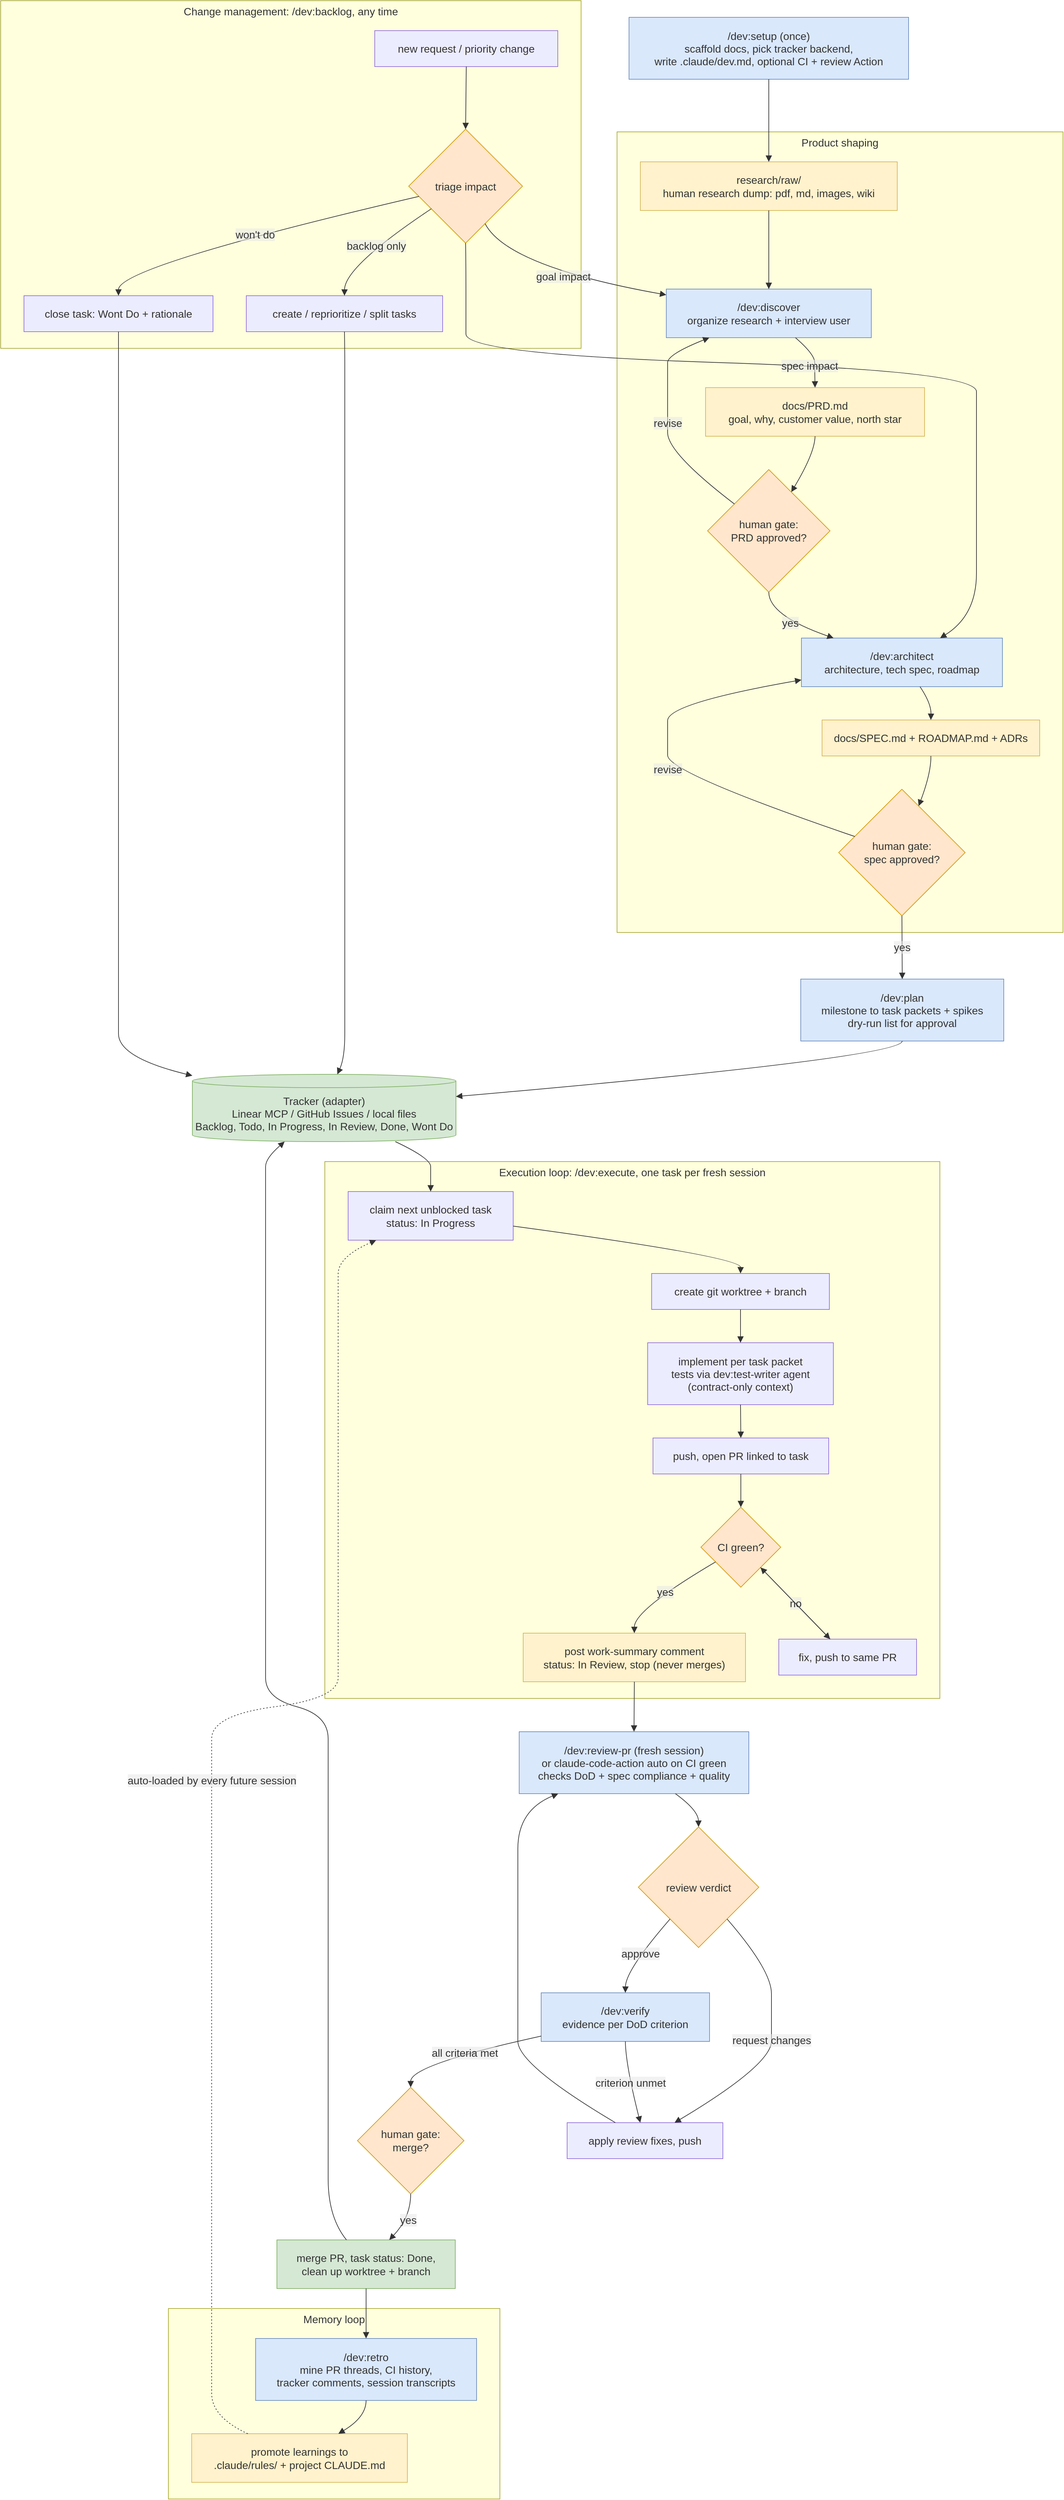
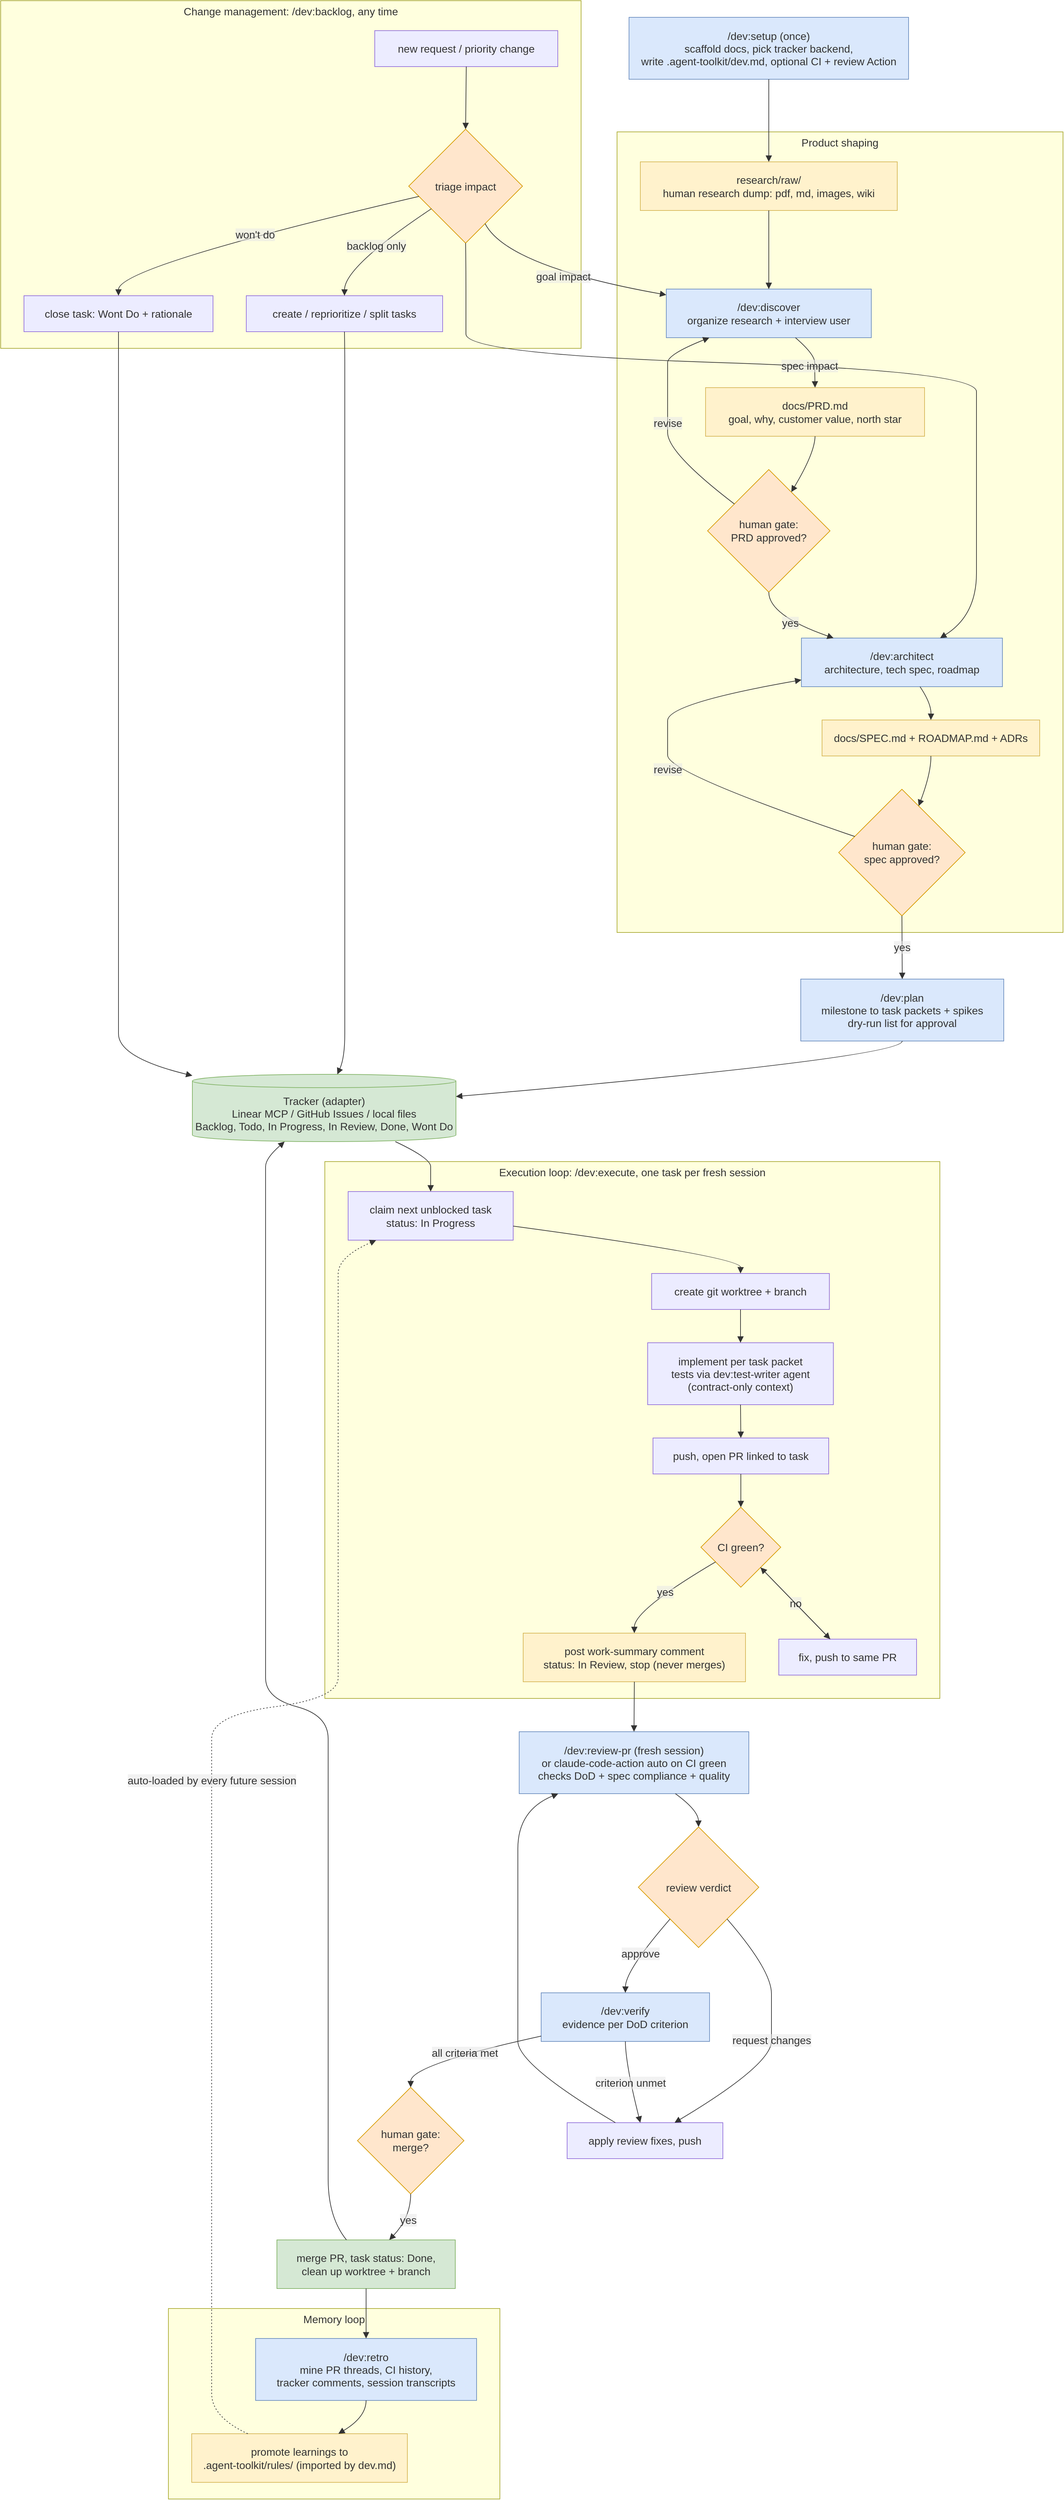
<mxfile host="Electron">
  <diagram id="PxvisPLfKMNXKDh-RXHV" name="pageWithNumber">
    <mxGraphModel dx="-902" dy="-1065" grid="0" gridSize="10" guides="1" tooltips="1" connect="1" arrows="1" fold="0" page="0" pageScale="1" pageWidth="850" pageHeight="1100" math="0" shadow="0">
      <root>
        <mxCell id="0" />
        <mxCell id="1" parent="0" />
        <UserObject label="Product shaping" mermaidId="n:shape" mermaidBaseStyle="html=1;whiteSpace=wrap;strokeWidth=1;verticalAlign=top;fillColor=light-dark(#ffffde,#1f2020);strokeColor=light-dark(#aaaa33,#cccccc);fontColor=light-dark(#333333,#cccccc);fontFamily=Trebuchet MS,Verdana,Arial,sans-serif;fontSize=16;" mermaidBaseValue="Product shaping" id="2">
          <mxCell parent="1" style="html=1;whiteSpace=wrap;strokeWidth=1;verticalAlign=top;fillColor=light-dark(#ffffde,#1f2020);strokeColor=light-dark(#aaaa33,#cccccc);fontColor=light-dark(#333333,#cccccc);fontFamily=Trebuchet MS,Verdana,Arial,sans-serif;fontSize=16;" vertex="1">
            <mxGeometry height="1202" width="670" x="934" y="205" as="geometry" />
          </mxCell>
        </UserObject>
        <UserObject label="research/raw/&#xa;human research dump: pdf, md, images, wiki" mermaidId="n:RAW" mermaidBaseStyle="html=1;whiteSpace=wrap;strokeWidth=1;fillColor=#fff2cc;strokeColor=#d6b656;fontColor=light-dark(#333333,#cccccc);fontFamily=Trebuchet MS,Verdana,Arial,sans-serif;fontSize=16;" mermaidBaseValue="research/raw/&#xa;human research dump: pdf, md, images, wiki" id="3">
          <mxCell parent="2" style="html=1;whiteSpace=wrap;strokeWidth=1;fillColor=#fff2cc;strokeColor=#d6b656;fontColor=light-dark(#333333,#cccccc);fontFamily=Trebuchet MS,Verdana,Arial,sans-serif;fontSize=16;" vertex="1">
            <mxGeometry height="73" width="386" x="35" y="45" as="geometry" />
          </mxCell>
        </UserObject>
        <UserObject label="/dev:discover&#xa;organize research + interview user" mermaidId="n:DISCOVER" mermaidBaseStyle="html=1;whiteSpace=wrap;strokeWidth=1;fillColor=#dae8fc;strokeColor=#6c8ebf;fontColor=light-dark(#333333,#cccccc);fontFamily=Trebuchet MS,Verdana,Arial,sans-serif;fontSize=16;" mermaidBaseValue="/dev:discover&#xa;organize research + interview user" id="4">
          <mxCell parent="2" style="html=1;whiteSpace=wrap;strokeWidth=1;fillColor=#dae8fc;strokeColor=#6c8ebf;fontColor=light-dark(#333333,#cccccc);fontFamily=Trebuchet MS,Verdana,Arial,sans-serif;fontSize=16;" vertex="1">
            <mxGeometry height="73" width="308" x="74" y="236" as="geometry" />
          </mxCell>
        </UserObject>
        <UserObject label="docs/PRD.md&#xa;goal, why, customer value, north star" mermaidId="n:PRD" mermaidBaseStyle="html=1;whiteSpace=wrap;strokeWidth=1;fillColor=#fff2cc;strokeColor=#d6b656;fontColor=light-dark(#333333,#cccccc);fontFamily=Trebuchet MS,Verdana,Arial,sans-serif;fontSize=16;" mermaidBaseValue="docs/PRD.md&#xa;goal, why, customer value, north star" id="5">
          <mxCell parent="2" style="html=1;whiteSpace=wrap;strokeWidth=1;fillColor=#fff2cc;strokeColor=#d6b656;fontColor=light-dark(#333333,#cccccc);fontFamily=Trebuchet MS,Verdana,Arial,sans-serif;fontSize=16;" vertex="1">
            <mxGeometry height="73" width="329" x="133" y="384" as="geometry" />
          </mxCell>
        </UserObject>
        <UserObject label="human gate:&#xa;PRD approved?" mermaidId="n:GATE1" mermaidBaseStyle="rhombus;html=1;strokeWidth=1;whiteSpace=wrap;fillColor=#ffe6cc;strokeColor=#d79b00;fontColor=light-dark(#333333,#cccccc);fontFamily=Trebuchet MS,Verdana,Arial,sans-serif;fontSize=16;" mermaidBaseValue="human gate:&#xa;PRD approved?" id="6">
          <mxCell parent="2" style="rhombus;html=1;strokeWidth=1;whiteSpace=wrap;fillColor=#ffe6cc;strokeColor=#d79b00;fontColor=light-dark(#333333,#cccccc);fontFamily=Trebuchet MS,Verdana,Arial,sans-serif;fontSize=16;" vertex="1">
            <mxGeometry height="184" width="184" x="136" y="507" as="geometry" />
          </mxCell>
        </UserObject>
        <UserObject label="/dev:architect&#xa;architecture, tech spec, roadmap" mermaidId="n:ARCH" mermaidBaseStyle="html=1;whiteSpace=wrap;strokeWidth=1;fillColor=#dae8fc;strokeColor=#6c8ebf;fontColor=light-dark(#333333,#cccccc);fontFamily=Trebuchet MS,Verdana,Arial,sans-serif;fontSize=16;" mermaidBaseValue="/dev:architect&#xa;architecture, tech spec, roadmap" id="7">
          <mxCell parent="2" style="html=1;whiteSpace=wrap;strokeWidth=1;fillColor=#dae8fc;strokeColor=#6c8ebf;fontColor=light-dark(#333333,#cccccc);fontFamily=Trebuchet MS,Verdana,Arial,sans-serif;fontSize=16;" vertex="1">
            <mxGeometry height="73" width="302" x="277" y="760" as="geometry" />
          </mxCell>
        </UserObject>
        <UserObject label="docs/SPEC.md + ROADMAP.md + ADRs" mermaidId="n:SPEC" mermaidBaseStyle="html=1;whiteSpace=wrap;strokeWidth=1;fillColor=#fff2cc;strokeColor=#d6b656;fontColor=light-dark(#333333,#cccccc);fontFamily=Trebuchet MS,Verdana,Arial,sans-serif;fontSize=16;" mermaidBaseValue="docs/SPEC.md + ROADMAP.md + ADRs" id="8">
          <mxCell parent="2" style="html=1;whiteSpace=wrap;strokeWidth=1;fillColor=#fff2cc;strokeColor=#d6b656;fontColor=light-dark(#333333,#cccccc);fontFamily=Trebuchet MS,Verdana,Arial,sans-serif;fontSize=16;" vertex="1">
            <mxGeometry height="54" width="327" x="308" y="883" as="geometry" />
          </mxCell>
        </UserObject>
        <UserObject label="human gate:&#xa;spec approved?" mermaidId="n:GATE2" mermaidBaseStyle="rhombus;html=1;strokeWidth=1;whiteSpace=wrap;fillColor=#ffe6cc;strokeColor=#d79b00;fontColor=light-dark(#333333,#cccccc);fontFamily=Trebuchet MS,Verdana,Arial,sans-serif;fontSize=16;" mermaidBaseValue="human gate:&#xa;spec approved?" id="9">
          <mxCell parent="2" style="rhombus;html=1;strokeWidth=1;whiteSpace=wrap;fillColor=#ffe6cc;strokeColor=#d79b00;fontColor=light-dark(#333333,#cccccc);fontFamily=Trebuchet MS,Verdana,Arial,sans-serif;fontSize=16;" vertex="1">
            <mxGeometry height="190" width="190" x="333" y="987" as="geometry" />
          </mxCell>
        </UserObject>
        <UserObject label="" mermaidId="e:RAW-&gt;DISCOVER#0" mermaidBaseStyle="curved=1;startArrow=none;endArrow=block;endSize=7;strokeColor=light-dark(#333333,#cccccc);exitX=0.5;exitY=1;entryX=0.5;entryY=0;" mermaidBaseValue="" id="54">
          <mxCell edge="1" parent="2" source="3" style="curved=1;startArrow=none;endArrow=block;endSize=7;strokeColor=light-dark(#333333,#cccccc);exitX=0.5;exitY=1;entryX=0.5;entryY=0;" target="4">
            <mxGeometry relative="1" as="geometry">
              <Array as="points" />
            </mxGeometry>
          </mxCell>
        </UserObject>
        <UserObject label="" mermaidId="e:DISCOVER-&gt;PRD#0" mermaidBaseStyle="curved=1;startArrow=none;endArrow=block;endSize=7;strokeColor=light-dark(#333333,#cccccc);exitX=0.63;exitY=1;entryX=0.5;entryY=0;" mermaidBaseValue="" id="55">
          <mxCell edge="1" parent="2" source="4" style="curved=1;startArrow=none;endArrow=block;endSize=7;strokeColor=light-dark(#333333,#cccccc);exitX=0.63;exitY=1;entryX=0.5;entryY=0;" target="5">
            <mxGeometry relative="1" as="geometry">
              <Array as="points">
                <mxPoint x="297" y="334" />
                <mxPoint x="297" y="359" />
              </Array>
            </mxGeometry>
          </mxCell>
        </UserObject>
        <UserObject label="" mermaidId="e:PRD-&gt;GATE1#0" mermaidBaseStyle="curved=1;startArrow=none;endArrow=block;endSize=7;strokeColor=light-dark(#333333,#cccccc);exitX=0.5;exitY=1;entryX=0.79;entryY=0;" mermaidBaseValue="" id="56">
          <mxCell edge="1" parent="2" source="5" style="curved=1;startArrow=none;endArrow=block;endSize=7;strokeColor=light-dark(#333333,#cccccc);exitX=0.5;exitY=1;entryX=0.79;entryY=0;" target="6">
            <mxGeometry relative="1" as="geometry">
              <Array as="points">
                <mxPoint x="297" y="482" />
              </Array>
            </mxGeometry>
          </mxCell>
        </UserObject>
        <UserObject label="revise" mermaidId="e:GATE1-&gt;DISCOVER#0" mermaidBaseStyle="curved=1;startArrow=none;endArrow=block;endSize=7;strokeColor=light-dark(#333333,#cccccc);html=1;fontSize=16;labelBackgroundColor=light-dark(#E8E8E88D,#2a2a2a8D);fontFamily=Trebuchet MS,Verdana,Arial,sans-serif;fontColor=light-dark(#333333,#cccccc);exitX=0;exitY=0.11;entryX=0.21;entryY=1;" mermaidBaseValue="revise" id="57">
          <mxCell edge="1" parent="2" source="6" style="curved=1;startArrow=none;endArrow=block;endSize=7;strokeColor=light-dark(#333333,#cccccc);html=1;fontSize=16;labelBackgroundColor=light-dark(#E8E8E88D,#2a2a2a8D);fontFamily=Trebuchet MS,Verdana,Arial,sans-serif;fontColor=light-dark(#333333,#cccccc);exitX=0;exitY=0.11;entryX=0.21;entryY=1;" target="4">
            <mxGeometry relative="1" as="geometry">
              <Array as="points">
                <mxPoint x="76" y="482" />
                <mxPoint x="76" y="421" />
                <mxPoint x="76" y="359" />
                <mxPoint x="76" y="334" />
              </Array>
            </mxGeometry>
          </mxCell>
        </UserObject>
        <UserObject label="yes" mermaidId="e:GATE1-&gt;ARCH#0" mermaidBaseStyle="curved=1;startArrow=none;endArrow=block;endSize=7;strokeColor=light-dark(#333333,#cccccc);html=1;fontSize=16;labelBackgroundColor=light-dark(#E8E8E88D,#2a2a2a8D);fontFamily=Trebuchet MS,Verdana,Arial,sans-serif;fontColor=light-dark(#333333,#cccccc);exitX=0.5;exitY=1;entryX=0.16;entryY=0;" mermaidBaseValue="yes" id="58">
          <mxCell edge="1" parent="2" source="6" style="curved=1;startArrow=none;endArrow=block;endSize=7;strokeColor=light-dark(#333333,#cccccc);html=1;fontSize=16;labelBackgroundColor=light-dark(#E8E8E88D,#2a2a2a8D);fontFamily=Trebuchet MS,Verdana,Arial,sans-serif;fontColor=light-dark(#333333,#cccccc);exitX=0.5;exitY=1;entryX=0.16;entryY=0;" target="7">
            <mxGeometry relative="1" as="geometry">
              <Array as="points">
                <mxPoint x="228" y="726" />
              </Array>
            </mxGeometry>
          </mxCell>
        </UserObject>
        <UserObject label="" mermaidId="e:ARCH-&gt;SPEC#0" mermaidBaseStyle="curved=1;startArrow=none;endArrow=block;endSize=7;strokeColor=light-dark(#333333,#cccccc);exitX=0.59;exitY=1;entryX=0.5;entryY=0;" mermaidBaseValue="" id="59">
          <mxCell edge="1" parent="2" source="7" style="curved=1;startArrow=none;endArrow=block;endSize=7;strokeColor=light-dark(#333333,#cccccc);exitX=0.59;exitY=1;entryX=0.5;entryY=0;" target="8">
            <mxGeometry relative="1" as="geometry">
              <Array as="points">
                <mxPoint x="472" y="858" />
              </Array>
            </mxGeometry>
          </mxCell>
        </UserObject>
        <UserObject label="" mermaidId="e:SPEC-&gt;GATE2#0" mermaidBaseStyle="curved=1;startArrow=none;endArrow=block;endSize=7;strokeColor=light-dark(#333333,#cccccc);exitX=0.5;exitY=1;entryX=0.68;entryY=0;" mermaidBaseValue="" id="60">
          <mxCell edge="1" parent="2" source="8" style="curved=1;startArrow=none;endArrow=block;endSize=7;strokeColor=light-dark(#333333,#cccccc);exitX=0.5;exitY=1;entryX=0.68;entryY=0;" target="9">
            <mxGeometry relative="1" as="geometry">
              <Array as="points">
                <mxPoint x="472" y="962" />
              </Array>
            </mxGeometry>
          </mxCell>
        </UserObject>
        <UserObject label="revise" mermaidId="e:GATE2-&gt;ARCH#0" mermaidBaseStyle="curved=1;startArrow=none;endArrow=block;endSize=7;strokeColor=light-dark(#333333,#cccccc);html=1;fontSize=16;labelBackgroundColor=light-dark(#E8E8E88D,#2a2a2a8D);fontFamily=Trebuchet MS,Verdana,Arial,sans-serif;fontColor=light-dark(#333333,#cccccc);exitX=0;exitY=0.33;entryX=0;entryY=0.86;" mermaidBaseValue="revise" id="61">
          <mxCell edge="1" parent="2" source="9" style="curved=1;startArrow=none;endArrow=block;endSize=7;strokeColor=light-dark(#333333,#cccccc);html=1;fontSize=16;labelBackgroundColor=light-dark(#E8E8E88D,#2a2a2a8D);fontFamily=Trebuchet MS,Verdana,Arial,sans-serif;fontColor=light-dark(#333333,#cccccc);exitX=0;exitY=0.33;entryX=0;entryY=0.86;" target="7">
            <mxGeometry relative="1" as="geometry">
              <Array as="points">
                <mxPoint x="76" y="962" />
                <mxPoint x="76" y="910" />
                <mxPoint x="76" y="858" />
              </Array>
            </mxGeometry>
          </mxCell>
        </UserObject>
        <UserObject label="Execution loop: /dev:execute, one task per fresh session" mermaidId="n:exec" mermaidBaseStyle="html=1;whiteSpace=wrap;strokeWidth=1;verticalAlign=top;fillColor=light-dark(#ffffde,#1f2020);strokeColor=light-dark(#aaaa33,#cccccc);fontColor=light-dark(#333333,#cccccc);fontFamily=Trebuchet MS,Verdana,Arial,sans-serif;fontSize=16;" mermaidBaseValue="Execution loop: /dev:execute, one task per fresh session" id="10">
          <mxCell parent="1" style="html=1;whiteSpace=wrap;strokeWidth=1;verticalAlign=top;fillColor=light-dark(#ffffde,#1f2020);strokeColor=light-dark(#aaaa33,#cccccc);fontColor=light-dark(#333333,#cccccc);fontFamily=Trebuchet MS,Verdana,Arial,sans-serif;fontSize=16;" vertex="1">
            <mxGeometry height="806" width="924" x="495" y="1751" as="geometry" />
          </mxCell>
        </UserObject>
        <UserObject label="claim next unblocked task&#xa;status: In Progress" mermaidId="n:CLAIM" mermaidBaseStyle="html=1;whiteSpace=wrap;strokeWidth=1;fillColor=light-dark(#ECECFF,#1f2020);strokeColor=light-dark(#9370DB,#cccccc);fontColor=light-dark(#333333,#cccccc);fontFamily=Trebuchet MS,Verdana,Arial,sans-serif;fontSize=16;" mermaidBaseValue="claim next unblocked task&#xa;status: In Progress" id="11">
          <mxCell parent="10" style="html=1;whiteSpace=wrap;strokeWidth=1;fillColor=light-dark(#ECECFF,#1f2020);strokeColor=light-dark(#9370DB,#cccccc);fontColor=light-dark(#333333,#cccccc);fontFamily=Trebuchet MS,Verdana,Arial,sans-serif;fontSize=16;" vertex="1">
            <mxGeometry height="73" width="248" x="35" y="45" as="geometry" />
          </mxCell>
        </UserObject>
        <UserObject label="create git worktree + branch" mermaidId="n:WT" mermaidBaseStyle="html=1;whiteSpace=wrap;strokeWidth=1;fillColor=light-dark(#ECECFF,#1f2020);strokeColor=light-dark(#9370DB,#cccccc);fontColor=light-dark(#333333,#cccccc);fontFamily=Trebuchet MS,Verdana,Arial,sans-serif;fontSize=16;" mermaidBaseValue="create git worktree + branch" id="12">
          <mxCell parent="10" style="html=1;whiteSpace=wrap;strokeWidth=1;fillColor=light-dark(#ECECFF,#1f2020);strokeColor=light-dark(#9370DB,#cccccc);fontColor=light-dark(#333333,#cccccc);fontFamily=Trebuchet MS,Verdana,Arial,sans-serif;fontSize=16;" vertex="1">
            <mxGeometry height="54" width="267" x="491" y="168" as="geometry" />
          </mxCell>
        </UserObject>
        <UserObject label="implement per task packet&#xa;tests via dev:test-writer agent&#xa;(contract-only context)" mermaidId="n:IMPL" mermaidBaseStyle="html=1;whiteSpace=wrap;strokeWidth=1;fillColor=light-dark(#ECECFF,#1f2020);strokeColor=light-dark(#9370DB,#cccccc);fontColor=light-dark(#333333,#cccccc);fontFamily=Trebuchet MS,Verdana,Arial,sans-serif;fontSize=16;" mermaidBaseValue="implement per task packet&#xa;tests via dev:test-writer agent&#xa;(contract-only context)" id="13">
          <mxCell parent="10" style="html=1;whiteSpace=wrap;strokeWidth=1;fillColor=light-dark(#ECECFF,#1f2020);strokeColor=light-dark(#9370DB,#cccccc);fontColor=light-dark(#333333,#cccccc);fontFamily=Trebuchet MS,Verdana,Arial,sans-serif;fontSize=16;" vertex="1">
            <mxGeometry height="93" width="279" x="485" y="272" as="geometry" />
          </mxCell>
        </UserObject>
        <UserObject label="push, open PR linked to task" mermaidId="n:PR" mermaidBaseStyle="html=1;whiteSpace=wrap;strokeWidth=1;fillColor=light-dark(#ECECFF,#1f2020);strokeColor=light-dark(#9370DB,#cccccc);fontColor=light-dark(#333333,#cccccc);fontFamily=Trebuchet MS,Verdana,Arial,sans-serif;fontSize=16;" mermaidBaseValue="push, open PR linked to task" id="14">
          <mxCell parent="10" style="html=1;whiteSpace=wrap;strokeWidth=1;fillColor=light-dark(#ECECFF,#1f2020);strokeColor=light-dark(#9370DB,#cccccc);fontColor=light-dark(#333333,#cccccc);fontFamily=Trebuchet MS,Verdana,Arial,sans-serif;fontSize=16;" vertex="1">
            <mxGeometry height="54" width="264" x="493" y="415" as="geometry" />
          </mxCell>
        </UserObject>
        <UserObject label="CI green?" mermaidId="n:CI" mermaidBaseStyle="rhombus;html=1;strokeWidth=1;whiteSpace=wrap;fillColor=#ffe6cc;strokeColor=#d79b00;fontColor=light-dark(#333333,#cccccc);fontFamily=Trebuchet MS,Verdana,Arial,sans-serif;fontSize=16;" mermaidBaseValue="CI green?" id="15">
          <mxCell parent="10" style="rhombus;html=1;strokeWidth=1;whiteSpace=wrap;fillColor=#ffe6cc;strokeColor=#d79b00;fontColor=light-dark(#333333,#cccccc);fontFamily=Trebuchet MS,Verdana,Arial,sans-serif;fontSize=16;" vertex="1">
            <mxGeometry height="120" width="120" x="565" y="519" as="geometry" />
          </mxCell>
        </UserObject>
        <UserObject label="fix, push to same PR" mermaidId="n:CIFIX" mermaidBaseStyle="html=1;whiteSpace=wrap;strokeWidth=1;fillColor=light-dark(#ECECFF,#1f2020);strokeColor=light-dark(#9370DB,#cccccc);fontColor=light-dark(#333333,#cccccc);fontFamily=Trebuchet MS,Verdana,Arial,sans-serif;fontSize=16;" mermaidBaseValue="fix, push to same PR" id="16">
          <mxCell parent="10" style="html=1;whiteSpace=wrap;strokeWidth=1;fillColor=light-dark(#ECECFF,#1f2020);strokeColor=light-dark(#9370DB,#cccccc);fontColor=light-dark(#333333,#cccccc);fontFamily=Trebuchet MS,Verdana,Arial,sans-serif;fontSize=16;" vertex="1">
            <mxGeometry height="54" width="207" x="682" y="717" as="geometry" />
          </mxCell>
        </UserObject>
        <UserObject label="post work-summary comment&#xa;status: In Review, stop (never merges)" mermaidId="n:SUMMARY" mermaidBaseStyle="html=1;whiteSpace=wrap;strokeWidth=1;fillColor=#fff2cc;strokeColor=#d6b656;fontColor=light-dark(#333333,#cccccc);fontFamily=Trebuchet MS,Verdana,Arial,sans-serif;fontSize=16;" mermaidBaseValue="post work-summary comment&#xa;status: In Review, stop (never merges)" id="17">
          <mxCell parent="10" style="html=1;whiteSpace=wrap;strokeWidth=1;fillColor=#fff2cc;strokeColor=#d6b656;fontColor=light-dark(#333333,#cccccc);fontFamily=Trebuchet MS,Verdana,Arial,sans-serif;fontSize=16;" vertex="1">
            <mxGeometry height="73" width="334" x="298" y="708" as="geometry" />
          </mxCell>
        </UserObject>
        <UserObject label="" mermaidId="e:CLAIM-&gt;WT#0" mermaidBaseStyle="curved=1;startArrow=none;endArrow=block;endSize=7;strokeColor=light-dark(#333333,#cccccc);exitX=1;exitY=0.71;entryX=0.5;entryY=0;" mermaidBaseValue="" id="62">
          <mxCell edge="1" parent="10" source="11" style="curved=1;startArrow=none;endArrow=block;endSize=7;strokeColor=light-dark(#333333,#cccccc);exitX=1;exitY=0.71;entryX=0.5;entryY=0;" target="12">
            <mxGeometry relative="1" as="geometry">
              <Array as="points">
                <mxPoint x="625" y="143" />
              </Array>
            </mxGeometry>
          </mxCell>
        </UserObject>
        <UserObject label="" mermaidId="e:WT-&gt;IMPL#0" mermaidBaseStyle="curved=1;startArrow=none;endArrow=block;endSize=7;strokeColor=light-dark(#333333,#cccccc);exitX=0.5;exitY=1;entryX=0.5;entryY=0;" mermaidBaseValue="" id="63">
          <mxCell edge="1" parent="10" source="12" style="curved=1;startArrow=none;endArrow=block;endSize=7;strokeColor=light-dark(#333333,#cccccc);exitX=0.5;exitY=1;entryX=0.5;entryY=0;" target="13">
            <mxGeometry relative="1" as="geometry">
              <Array as="points" />
            </mxGeometry>
          </mxCell>
        </UserObject>
        <UserObject label="" mermaidId="e:IMPL-&gt;PR#0" mermaidBaseStyle="curved=1;startArrow=none;endArrow=block;endSize=7;strokeColor=light-dark(#333333,#cccccc);exitX=0.5;exitY=1;entryX=0.5;entryY=0;" mermaidBaseValue="" id="64">
          <mxCell edge="1" parent="10" source="13" style="curved=1;startArrow=none;endArrow=block;endSize=7;strokeColor=light-dark(#333333,#cccccc);exitX=0.5;exitY=1;entryX=0.5;entryY=0;" target="14">
            <mxGeometry relative="1" as="geometry">
              <Array as="points" />
            </mxGeometry>
          </mxCell>
        </UserObject>
        <UserObject label="" mermaidId="e:PR-&gt;CI#0" mermaidBaseStyle="curved=1;startArrow=none;endArrow=block;endSize=7;strokeColor=light-dark(#333333,#cccccc);exitX=0.5;exitY=1;entryX=0.5;entryY=0;" mermaidBaseValue="" id="65">
          <mxCell edge="1" parent="10" source="14" style="curved=1;startArrow=none;endArrow=block;endSize=7;strokeColor=light-dark(#333333,#cccccc);exitX=0.5;exitY=1;entryX=0.5;entryY=0;" target="15">
            <mxGeometry relative="1" as="geometry">
              <Array as="points" />
            </mxGeometry>
          </mxCell>
        </UserObject>
        <UserObject label="no" mermaidId="e:CI-&gt;CIFIX#0" mermaidBaseStyle="curved=1;startArrow=none;endArrow=block;endSize=7;strokeColor=light-dark(#333333,#cccccc);html=1;fontSize=16;labelBackgroundColor=light-dark(#E8E8E88D,#2a2a2a8D);fontFamily=Trebuchet MS,Verdana,Arial,sans-serif;fontColor=light-dark(#333333,#cccccc);exitX=0.6083333333333334;exitY=1;exitDx=0;exitDy=0;entryX=0.5628019323671498;entryY=0;entryDx=0;entryDy=0;curved=1;exitX=1;exitY=1;entryX=1;entryY=1;" mermaidBaseValue="no" id="66">
          <mxCell edge="1" parent="10" source="15" style="curved=1;startArrow=none;endArrow=block;endSize=7;strokeColor=light-dark(#333333,#cccccc);html=1;fontSize=16;labelBackgroundColor=light-dark(#E8E8E88D,#2a2a2a8D);fontFamily=Trebuchet MS,Verdana,Arial,sans-serif;fontColor=light-dark(#333333,#cccccc);" target="16">
            <mxGeometry relative="1" as="geometry">
              <mxPoint as="offset" />
              <Array as="points" />
            </mxGeometry>
          </mxCell>
        </UserObject>
        <UserObject label="" mermaidId="e:CIFIX-&gt;CI#0" mermaidBaseStyle="curved=1;startArrow=none;endArrow=block;endSize=7;strokeColor=light-dark(#333333,#cccccc);exitX=0.47101449275362317;exitY=0;exitDx=0;exitDy=0;entryX=0.45;entryY=1;entryDx=0;entryDy=0;curved=1;exitX=1;exitY=1;entryX=1;entryY=1;" mermaidBaseValue="" id="67">
          <mxCell edge="1" parent="10" source="16" style="curved=1;startArrow=none;endArrow=block;endSize=7;strokeColor=light-dark(#333333,#cccccc);" target="15">
            <mxGeometry relative="1" as="geometry">
              <mxPoint as="offset" />
              <Array as="points" />
            </mxGeometry>
          </mxCell>
        </UserObject>
        <UserObject label="yes" mermaidId="e:CI-&gt;SUMMARY#0" mermaidBaseStyle="curved=1;startArrow=none;endArrow=block;endSize=7;strokeColor=light-dark(#333333,#cccccc);html=1;fontSize=16;labelBackgroundColor=light-dark(#E8E8E88D,#2a2a2a8D);fontFamily=Trebuchet MS,Verdana,Arial,sans-serif;fontColor=light-dark(#333333,#cccccc);exitX=0;exitY=0.79;entryX=0.5;entryY=0;" mermaidBaseValue="yes" id="68">
          <mxCell edge="1" parent="10" source="15" style="curved=1;startArrow=none;endArrow=block;endSize=7;strokeColor=light-dark(#333333,#cccccc);html=1;fontSize=16;labelBackgroundColor=light-dark(#E8E8E88D,#2a2a2a8D);fontFamily=Trebuchet MS,Verdana,Arial,sans-serif;fontColor=light-dark(#333333,#cccccc);exitX=0;exitY=0.79;entryX=0.5;entryY=0;" target="17">
            <mxGeometry relative="1" as="geometry">
              <Array as="points">
                <mxPoint x="465" y="673" />
              </Array>
            </mxGeometry>
          </mxCell>
        </UserObject>
        <UserObject label="Memory loop" mermaidId="n:memory" mermaidBaseStyle="html=1;whiteSpace=wrap;strokeWidth=1;verticalAlign=top;fillColor=light-dark(#ffffde,#1f2020);strokeColor=light-dark(#aaaa33,#cccccc);fontColor=light-dark(#333333,#cccccc);fontFamily=Trebuchet MS,Verdana,Arial,sans-serif;fontSize=16;" mermaidBaseValue="Memory loop" id="18">
          <mxCell parent="1" style="html=1;whiteSpace=wrap;strokeWidth=1;verticalAlign=top;fillColor=light-dark(#ffffde,#1f2020);strokeColor=light-dark(#aaaa33,#cccccc);fontColor=light-dark(#333333,#cccccc);fontFamily=Trebuchet MS,Verdana,Arial,sans-serif;fontSize=16;" vertex="1">
            <mxGeometry height="286" width="498" x="260" y="3473" as="geometry" />
          </mxCell>
        </UserObject>
        <UserObject label="/dev:retro&#xa;mine PR threads, CI history,&#xa;tracker comments, session transcripts" mermaidId="n:RETRO" mermaidBaseStyle="html=1;whiteSpace=wrap;strokeWidth=1;fillColor=#dae8fc;strokeColor=#6c8ebf;fontColor=light-dark(#333333,#cccccc);fontFamily=Trebuchet MS,Verdana,Arial,sans-serif;fontSize=16;" mermaidBaseValue="/dev:retro&#xa;mine PR threads, CI history,&#xa;tracker comments, session transcripts" id="19">
          <mxCell parent="18" style="html=1;whiteSpace=wrap;strokeWidth=1;fillColor=#dae8fc;strokeColor=#6c8ebf;fontColor=light-dark(#333333,#cccccc);fontFamily=Trebuchet MS,Verdana,Arial,sans-serif;fontSize=16;" vertex="1">
            <mxGeometry height="93" width="332" x="131" y="45" as="geometry" />
          </mxCell>
        </UserObject>
-         <UserObject label="promote learnings to&#xa;.claude/rules/ + project CLAUDE.md" mermaidId="n:PROMOTE" mermaidBaseStyle="html=1;whiteSpace=wrap;strokeWidth=1;fillColor=#fff2cc;strokeColor=#d6b656;fontColor=light-dark(#333333,#cccccc);fontFamily=Trebuchet MS,Verdana,Arial,sans-serif;fontSize=16;" mermaidBaseValue="promote learnings to&#xa;.claude/rules/ + project CLAUDE.md" id="20">
+         <UserObject label="promote learnings to&#xa;.agent-toolkit/rules/ (imported by dev.md)" mermaidId="n:PROMOTE" mermaidBaseStyle="html=1;whiteSpace=wrap;strokeWidth=1;fillColor=#fff2cc;strokeColor=#d6b656;fontColor=light-dark(#333333,#cccccc);fontFamily=Trebuchet MS,Verdana,Arial,sans-serif;fontSize=16;" mermaidBaseValue="promote learnings to&#xa;.agent-toolkit/rules/ (imported by dev.md)" id="20">
          <mxCell parent="18" style="html=1;whiteSpace=wrap;strokeWidth=1;fillColor=#fff2cc;strokeColor=#d6b656;fontColor=light-dark(#333333,#cccccc);fontFamily=Trebuchet MS,Verdana,Arial,sans-serif;fontSize=16;" vertex="1">
            <mxGeometry height="73" width="324" x="35" y="188" as="geometry" />
          </mxCell>
        </UserObject>
        <UserObject label="" mermaidId="e:RETRO-&gt;PROMOTE#0" mermaidBaseStyle="curved=1;startArrow=none;endArrow=block;endSize=7;strokeColor=light-dark(#333333,#cccccc);exitX=0.5;exitY=1;entryX=0.68;entryY=0;" mermaidBaseValue="" id="69">
          <mxCell edge="1" parent="18" source="19" style="curved=1;startArrow=none;endArrow=block;endSize=7;strokeColor=light-dark(#333333,#cccccc);exitX=0.5;exitY=1;entryX=0.68;entryY=0;" target="20">
            <mxGeometry relative="1" as="geometry">
              <Array as="points">
                <mxPoint x="297" y="163" />
              </Array>
            </mxGeometry>
          </mxCell>
        </UserObject>
        <UserObject label="Change management: /dev:backlog, any time" mermaidId="n:change" mermaidBaseStyle="html=1;whiteSpace=wrap;strokeWidth=1;verticalAlign=top;fillColor=light-dark(#ffffde,#1f2020);strokeColor=light-dark(#aaaa33,#cccccc);fontColor=light-dark(#333333,#cccccc);fontFamily=Trebuchet MS,Verdana,Arial,sans-serif;fontSize=16;" mermaidBaseValue="Change management: /dev:backlog, any time" id="21">
          <mxCell parent="1" style="html=1;whiteSpace=wrap;strokeWidth=1;verticalAlign=top;fillColor=light-dark(#ffffde,#1f2020);strokeColor=light-dark(#aaaa33,#cccccc);fontColor=light-dark(#333333,#cccccc);fontFamily=Trebuchet MS,Verdana,Arial,sans-serif;fontSize=16;" vertex="1">
            <mxGeometry height="522" width="872" x="8" y="8" as="geometry" />
          </mxCell>
        </UserObject>
        <UserObject label="new request / priority change" mermaidId="n:REQ" mermaidBaseStyle="html=1;whiteSpace=wrap;strokeWidth=1;fillColor=light-dark(#ECECFF,#1f2020);strokeColor=light-dark(#9370DB,#cccccc);fontColor=light-dark(#333333,#cccccc);fontFamily=Trebuchet MS,Verdana,Arial,sans-serif;fontSize=16;" mermaidBaseValue="new request / priority change" id="22">
          <mxCell parent="21" style="html=1;whiteSpace=wrap;strokeWidth=1;fillColor=light-dark(#ECECFF,#1f2020);strokeColor=light-dark(#9370DB,#cccccc);fontColor=light-dark(#333333,#cccccc);fontFamily=Trebuchet MS,Verdana,Arial,sans-serif;fontSize=16;" vertex="1">
            <mxGeometry height="54" width="275" x="562" y="45" as="geometry" />
          </mxCell>
        </UserObject>
        <UserObject label="triage impact" mermaidId="n:TRIAGE" mermaidBaseStyle="rhombus;html=1;strokeWidth=1;whiteSpace=wrap;fillColor=#ffe6cc;strokeColor=#d79b00;fontColor=light-dark(#333333,#cccccc);fontFamily=Trebuchet MS,Verdana,Arial,sans-serif;fontSize=16;" mermaidBaseValue="triage impact" id="23">
          <mxCell parent="21" style="rhombus;html=1;strokeWidth=1;whiteSpace=wrap;fillColor=#ffe6cc;strokeColor=#d79b00;fontColor=light-dark(#333333,#cccccc);fontFamily=Trebuchet MS,Verdana,Arial,sans-serif;fontSize=16;" vertex="1">
            <mxGeometry height="171" width="171" x="613" y="193" as="geometry" />
          </mxCell>
        </UserObject>
        <UserObject label="create / reprioritize / split tasks" mermaidId="n:UPDATE" mermaidBaseStyle="html=1;whiteSpace=wrap;strokeWidth=1;fillColor=light-dark(#ECECFF,#1f2020);strokeColor=light-dark(#9370DB,#cccccc);fontColor=light-dark(#333333,#cccccc);fontFamily=Trebuchet MS,Verdana,Arial,sans-serif;fontSize=16;" mermaidBaseValue="create / reprioritize / split tasks" id="24">
          <mxCell parent="21" style="html=1;whiteSpace=wrap;strokeWidth=1;fillColor=light-dark(#ECECFF,#1f2020);strokeColor=light-dark(#9370DB,#cccccc);fontColor=light-dark(#333333,#cccccc);fontFamily=Trebuchet MS,Verdana,Arial,sans-serif;fontSize=16;" vertex="1">
            <mxGeometry height="54" width="295" x="369" y="443" as="geometry" />
          </mxCell>
        </UserObject>
        <UserObject label="close task: Wont Do + rationale" mermaidId="n:WONTDO" mermaidBaseStyle="html=1;whiteSpace=wrap;strokeWidth=1;fillColor=light-dark(#ECECFF,#1f2020);strokeColor=light-dark(#9370DB,#cccccc);fontColor=light-dark(#333333,#cccccc);fontFamily=Trebuchet MS,Verdana,Arial,sans-serif;fontSize=16;" mermaidBaseValue="close task: Wont Do + rationale" id="25">
          <mxCell parent="21" style="html=1;whiteSpace=wrap;strokeWidth=1;fillColor=light-dark(#ECECFF,#1f2020);strokeColor=light-dark(#9370DB,#cccccc);fontColor=light-dark(#333333,#cccccc);fontFamily=Trebuchet MS,Verdana,Arial,sans-serif;fontSize=16;" vertex="1">
            <mxGeometry height="54" width="284" x="35" y="443" as="geometry" />
          </mxCell>
        </UserObject>
        <UserObject label="" mermaidId="e:REQ-&gt;TRIAGE#0" mermaidBaseStyle="curved=1;startArrow=none;endArrow=block;endSize=7;strokeColor=light-dark(#333333,#cccccc);exitX=0.5;exitY=1;entryX=0.5;entryY=0;" mermaidBaseValue="" id="70">
          <mxCell edge="1" parent="21" source="22" style="curved=1;startArrow=none;endArrow=block;endSize=7;strokeColor=light-dark(#333333,#cccccc);exitX=0.5;exitY=1;entryX=0.5;entryY=0;" target="23">
            <mxGeometry relative="1" as="geometry">
              <Array as="points" />
            </mxGeometry>
          </mxCell>
        </UserObject>
        <UserObject label="backlog only" mermaidId="e:TRIAGE-&gt;UPDATE#0" mermaidBaseStyle="curved=1;startArrow=none;endArrow=block;endSize=7;strokeColor=light-dark(#333333,#cccccc);html=1;fontSize=16;labelBackgroundColor=light-dark(#E8E8E88D,#2a2a2a8D);fontFamily=Trebuchet MS,Verdana,Arial,sans-serif;fontColor=light-dark(#333333,#cccccc);exitX=0;exitY=0.83;entryX=0.5;entryY=0;" mermaidBaseValue="backlog only" id="71">
          <mxCell edge="1" parent="21" source="23" style="curved=1;startArrow=none;endArrow=block;endSize=7;strokeColor=light-dark(#333333,#cccccc);html=1;fontSize=16;labelBackgroundColor=light-dark(#E8E8E88D,#2a2a2a8D);fontFamily=Trebuchet MS,Verdana,Arial,sans-serif;fontColor=light-dark(#333333,#cccccc);exitX=0;exitY=0.83;entryX=0.5;entryY=0;" target="24">
            <mxGeometry relative="1" as="geometry">
              <Array as="points">
                <mxPoint x="517" y="399" />
              </Array>
            </mxGeometry>
          </mxCell>
        </UserObject>
        <UserObject label="won&#39;t do" mermaidId="e:TRIAGE-&gt;WONTDO#0" mermaidBaseStyle="curved=1;startArrow=none;endArrow=block;endSize=7;strokeColor=light-dark(#333333,#cccccc);html=1;fontSize=16;labelBackgroundColor=light-dark(#E8E8E88D,#2a2a2a8D);fontFamily=Trebuchet MS,Verdana,Arial,sans-serif;fontColor=light-dark(#333333,#cccccc);exitX=0;exitY=0.61;entryX=0.5;entryY=0;" mermaidBaseValue="won&#39;t do" id="72">
          <mxCell edge="1" parent="21" source="23" style="curved=1;startArrow=none;endArrow=block;endSize=7;strokeColor=light-dark(#333333,#cccccc);html=1;fontSize=16;labelBackgroundColor=light-dark(#E8E8E88D,#2a2a2a8D);fontFamily=Trebuchet MS,Verdana,Arial,sans-serif;fontColor=light-dark(#333333,#cccccc);exitX=0;exitY=0.61;entryX=0.5;entryY=0;" target="25">
            <mxGeometry relative="1" as="geometry">
              <Array as="points">
                <mxPoint x="177" y="399" />
              </Array>
            </mxGeometry>
          </mxCell>
        </UserObject>
-         <UserObject label="/dev:setup (once)&#xa;scaffold docs, pick tracker backend,&#xa;write .claude/dev.md, optional CI + review Action" mermaidId="n:SETUP" mermaidBaseStyle="html=1;whiteSpace=wrap;strokeWidth=1;fillColor=#dae8fc;strokeColor=#6c8ebf;fontColor=light-dark(#333333,#cccccc);fontFamily=Trebuchet MS,Verdana,Arial,sans-serif;fontSize=16;" mermaidBaseValue="/dev:setup (once)&#xa;scaffold docs, pick tracker backend,&#xa;write .claude/dev.md, optional CI + review Action" id="26">
+         <UserObject label="/dev:setup (once)&#xa;scaffold docs, pick tracker backend,&#xa;write .agent-toolkit/dev.md, optional CI + review Action" mermaidId="n:SETUP" mermaidBaseStyle="html=1;whiteSpace=wrap;strokeWidth=1;fillColor=#dae8fc;strokeColor=#6c8ebf;fontColor=light-dark(#333333,#cccccc);fontFamily=Trebuchet MS,Verdana,Arial,sans-serif;fontSize=16;" mermaidBaseValue="/dev:setup (once)&#xa;scaffold docs, pick tracker backend,&#xa;write .agent-toolkit/dev.md, optional CI + review Action" id="26">
          <mxCell parent="1" style="html=1;whiteSpace=wrap;strokeWidth=1;fillColor=#dae8fc;strokeColor=#6c8ebf;fontColor=light-dark(#333333,#cccccc);fontFamily=Trebuchet MS,Verdana,Arial,sans-serif;fontSize=16;" vertex="1">
            <mxGeometry height="93" width="420" x="952" y="33" as="geometry" />
          </mxCell>
        </UserObject>
        <UserObject label="/dev:plan&#xa;milestone to task packets + spikes&#xa;dry-run list for approval" mermaidId="n:PLAN" mermaidBaseStyle="html=1;whiteSpace=wrap;strokeWidth=1;fillColor=#dae8fc;strokeColor=#6c8ebf;fontColor=light-dark(#333333,#cccccc);fontFamily=Trebuchet MS,Verdana,Arial,sans-serif;fontSize=16;" mermaidBaseValue="/dev:plan&#xa;milestone to task packets + spikes&#xa;dry-run list for approval" id="27">
          <mxCell parent="1" style="html=1;whiteSpace=wrap;strokeWidth=1;fillColor=#dae8fc;strokeColor=#6c8ebf;fontColor=light-dark(#333333,#cccccc);fontFamily=Trebuchet MS,Verdana,Arial,sans-serif;fontSize=16;" vertex="1">
            <mxGeometry height="93" width="305" x="1210" y="1477" as="geometry" />
          </mxCell>
        </UserObject>
        <UserObject label="Tracker (adapter)&#xa;Linear MCP / GitHub Issues / local files&#xa;Backlog, Todo, In Progress, In Review, Done, Wont Do" mermaidId="n:TRACKER" mermaidBaseStyle="html=1;shape=cylinder3;boundedLbl=1;backgroundOutline=1;size=10;strokeWidth=1;whiteSpace=wrap;fillColor=#d5e8d4;strokeColor=#82b366;fontColor=light-dark(#333333,#cccccc);fontFamily=Trebuchet MS,Verdana,Arial,sans-serif;fontSize=16;" mermaidBaseValue="Tracker (adapter)&#xa;Linear MCP / GitHub Issues / local files&#xa;Backlog, Todo, In Progress, In Review, Done, Wont Do" id="28">
          <mxCell parent="1" style="html=1;shape=cylinder3;boundedLbl=1;backgroundOutline=1;size=10;strokeWidth=1;whiteSpace=wrap;fillColor=#d5e8d4;strokeColor=#82b366;fontColor=light-dark(#333333,#cccccc);fontFamily=Trebuchet MS,Verdana,Arial,sans-serif;fontSize=16;" vertex="1">
            <mxGeometry height="101" width="396" x="296" y="1620" as="geometry" />
          </mxCell>
        </UserObject>
        <UserObject label="/dev:review-pr (fresh session)&#xa;or claude-code-action auto on CI green&#xa;checks DoD + spec compliance + quality" mermaidId="n:REVIEW" mermaidBaseStyle="html=1;whiteSpace=wrap;strokeWidth=1;fillColor=#dae8fc;strokeColor=#6c8ebf;fontColor=light-dark(#333333,#cccccc);fontFamily=Trebuchet MS,Verdana,Arial,sans-serif;fontSize=16;" mermaidBaseValue="/dev:review-pr (fresh session)&#xa;or claude-code-action auto on CI green&#xa;checks DoD + spec compliance + quality" id="29">
          <mxCell parent="1" style="html=1;whiteSpace=wrap;strokeWidth=1;fillColor=#dae8fc;strokeColor=#6c8ebf;fontColor=light-dark(#333333,#cccccc);fontFamily=Trebuchet MS,Verdana,Arial,sans-serif;fontSize=16;" vertex="1">
            <mxGeometry height="93" width="345" x="787" y="2607" as="geometry" />
          </mxCell>
        </UserObject>
        <UserObject label="review verdict" mermaidId="n:VERDICT" mermaidBaseStyle="rhombus;html=1;strokeWidth=1;whiteSpace=wrap;fillColor=#ffe6cc;strokeColor=#d79b00;fontColor=light-dark(#333333,#cccccc);fontFamily=Trebuchet MS,Verdana,Arial,sans-serif;fontSize=16;" mermaidBaseValue="review verdict" id="30">
          <mxCell parent="1" style="rhombus;html=1;strokeWidth=1;whiteSpace=wrap;fillColor=#ffe6cc;strokeColor=#d79b00;fontColor=light-dark(#333333,#cccccc);fontFamily=Trebuchet MS,Verdana,Arial,sans-serif;fontSize=16;" vertex="1">
            <mxGeometry height="181" width="181" x="966" y="2750" as="geometry" />
          </mxCell>
        </UserObject>
        <UserObject label="apply review fixes, push" mermaidId="n:RFIX" mermaidBaseStyle="html=1;whiteSpace=wrap;strokeWidth=1;fillColor=light-dark(#ECECFF,#1f2020);strokeColor=light-dark(#9370DB,#cccccc);fontColor=light-dark(#333333,#cccccc);fontFamily=Trebuchet MS,Verdana,Arial,sans-serif;fontSize=16;" mermaidBaseValue="apply review fixes, push" id="31">
          <mxCell parent="1" style="html=1;whiteSpace=wrap;strokeWidth=1;fillColor=light-dark(#ECECFF,#1f2020);strokeColor=light-dark(#9370DB,#cccccc);fontColor=light-dark(#333333,#cccccc);fontFamily=Trebuchet MS,Verdana,Arial,sans-serif;fontSize=16;" vertex="1">
            <mxGeometry height="54" width="234" x="859" y="3194" as="geometry" />
          </mxCell>
        </UserObject>
        <UserObject label="/dev:verify&#xa;evidence per DoD criterion" mermaidId="n:VERIFY" mermaidBaseStyle="html=1;whiteSpace=wrap;strokeWidth=1;fillColor=#dae8fc;strokeColor=#6c8ebf;fontColor=light-dark(#333333,#cccccc);fontFamily=Trebuchet MS,Verdana,Arial,sans-serif;fontSize=16;" mermaidBaseValue="/dev:verify&#xa;evidence per DoD criterion" id="32">
          <mxCell parent="1" style="html=1;whiteSpace=wrap;strokeWidth=1;fillColor=#dae8fc;strokeColor=#6c8ebf;fontColor=light-dark(#333333,#cccccc);fontFamily=Trebuchet MS,Verdana,Arial,sans-serif;fontSize=16;" vertex="1">
            <mxGeometry height="73" width="253" x="820" y="2999" as="geometry" />
          </mxCell>
        </UserObject>
        <UserObject label="human gate:&#xa;merge?" mermaidId="n:GATE3" mermaidBaseStyle="rhombus;html=1;strokeWidth=1;whiteSpace=wrap;fillColor=#ffe6cc;strokeColor=#d79b00;fontColor=light-dark(#333333,#cccccc);fontFamily=Trebuchet MS,Verdana,Arial,sans-serif;fontSize=16;" mermaidBaseValue="human gate:&#xa;merge?" id="33">
          <mxCell parent="1" style="rhombus;html=1;strokeWidth=1;whiteSpace=wrap;fillColor=#ffe6cc;strokeColor=#d79b00;fontColor=light-dark(#333333,#cccccc);fontFamily=Trebuchet MS,Verdana,Arial,sans-serif;fontSize=16;" vertex="1">
            <mxGeometry height="160" width="160" x="544" y="3141" as="geometry" />
          </mxCell>
        </UserObject>
        <UserObject label="merge PR, task status: Done,&#xa;clean up worktree + branch" mermaidId="n:MERGE" mermaidBaseStyle="html=1;whiteSpace=wrap;strokeWidth=1;fillColor=#d5e8d4;strokeColor=#82b366;fontColor=light-dark(#333333,#cccccc);fontFamily=Trebuchet MS,Verdana,Arial,sans-serif;fontSize=16;" mermaidBaseValue="merge PR, task status: Done,&#xa;clean up worktree + branch" id="34">
          <mxCell parent="1" style="html=1;whiteSpace=wrap;strokeWidth=1;fillColor=#d5e8d4;strokeColor=#82b366;fontColor=light-dark(#333333,#cccccc);fontFamily=Trebuchet MS,Verdana,Arial,sans-serif;fontSize=16;" vertex="1">
            <mxGeometry height="73" width="268" x="423" y="3370" as="geometry" />
          </mxCell>
        </UserObject>
        <UserObject label="" mermaidId="e:SETUP-&gt;RAW#0" mermaidBaseStyle="curved=1;startArrow=none;endArrow=block;endSize=7;strokeColor=light-dark(#333333,#cccccc);exitX=0.5;exitY=1;entryX=0.5;entryY=0;" mermaidBaseValue="" id="35">
          <mxCell edge="1" parent="1" source="26" style="curved=1;startArrow=none;endArrow=block;endSize=7;strokeColor=light-dark(#333333,#cccccc);exitX=0.5;exitY=1;entryX=0.5;entryY=0;" target="3">
            <mxGeometry relative="1" as="geometry">
              <Array as="points" />
            </mxGeometry>
          </mxCell>
        </UserObject>
        <UserObject label="yes" mermaidId="e:GATE2-&gt;PLAN#0" mermaidBaseStyle="curved=1;startArrow=none;endArrow=block;endSize=7;strokeColor=light-dark(#333333,#cccccc);html=1;fontSize=16;labelBackgroundColor=light-dark(#E8E8E88D,#2a2a2a8D);fontFamily=Trebuchet MS,Verdana,Arial,sans-serif;fontColor=light-dark(#333333,#cccccc);exitX=0.5;exitY=1;entryX=0.5;entryY=0;" mermaidBaseValue="yes" id="36">
          <mxCell edge="1" parent="1" source="9" style="curved=1;startArrow=none;endArrow=block;endSize=7;strokeColor=light-dark(#333333,#cccccc);html=1;fontSize=16;labelBackgroundColor=light-dark(#E8E8E88D,#2a2a2a8D);fontFamily=Trebuchet MS,Verdana,Arial,sans-serif;fontColor=light-dark(#333333,#cccccc);exitX=0.5;exitY=1;entryX=0.5;entryY=0;" target="27">
            <mxGeometry relative="1" as="geometry">
              <Array as="points" />
            </mxGeometry>
          </mxCell>
        </UserObject>
        <UserObject label="" mermaidId="e:PLAN-&gt;TRACKER#0" mermaidBaseStyle="curved=1;startArrow=none;endArrow=block;endSize=7;strokeColor=light-dark(#333333,#cccccc);exitX=0.5;exitY=1;entryX=1;entryY=0.33;" mermaidBaseValue="" id="37">
          <mxCell edge="1" parent="1" source="27" style="curved=1;startArrow=none;endArrow=block;endSize=7;strokeColor=light-dark(#333333,#cccccc);exitX=0.5;exitY=1;entryX=1;entryY=0.33;" target="28">
            <mxGeometry relative="1" as="geometry">
              <Array as="points">
                <mxPoint x="1362" y="1595" />
              </Array>
            </mxGeometry>
          </mxCell>
        </UserObject>
        <UserObject label="" mermaidId="e:TRACKER-&gt;CLAIM#0" mermaidBaseStyle="curved=1;startArrow=none;endArrow=block;endSize=7;strokeColor=light-dark(#333333,#cccccc);exitX=0.77;exitY=1;entryX=0.5;entryY=0;" mermaidBaseValue="" id="38">
          <mxCell edge="1" parent="1" source="28" style="curved=1;startArrow=none;endArrow=block;endSize=7;strokeColor=light-dark(#333333,#cccccc);exitX=0.77;exitY=1;entryX=0.5;entryY=0;" target="11">
            <mxGeometry relative="1" as="geometry">
              <Array as="points">
                <mxPoint x="654" y="1746" />
                <mxPoint x="654" y="1771" />
              </Array>
            </mxGeometry>
          </mxCell>
        </UserObject>
        <UserObject label="" mermaidId="e:SUMMARY-&gt;REVIEW#0" mermaidBaseStyle="curved=1;startArrow=none;endArrow=block;endSize=7;strokeColor=light-dark(#333333,#cccccc);exitX=0.5;exitY=1;entryX=0.5;entryY=0;" mermaidBaseValue="" id="39">
          <mxCell edge="1" parent="1" source="17" style="curved=1;startArrow=none;endArrow=block;endSize=7;strokeColor=light-dark(#333333,#cccccc);exitX=0.5;exitY=1;entryX=0.5;entryY=0;" target="29">
            <mxGeometry relative="1" as="geometry">
              <Array as="points" />
            </mxGeometry>
          </mxCell>
        </UserObject>
        <UserObject label="" mermaidId="e:REVIEW-&gt;VERDICT#0" mermaidBaseStyle="curved=1;startArrow=none;endArrow=block;endSize=7;strokeColor=light-dark(#333333,#cccccc);exitX=0.68;exitY=1;entryX=0.5;entryY=0;" mermaidBaseValue="" id="40">
          <mxCell edge="1" parent="1" source="29" style="curved=1;startArrow=none;endArrow=block;endSize=7;strokeColor=light-dark(#333333,#cccccc);exitX=0.68;exitY=1;entryX=0.5;entryY=0;" target="30">
            <mxGeometry relative="1" as="geometry">
              <Array as="points">
                <mxPoint x="1056" y="2725" />
              </Array>
            </mxGeometry>
          </mxCell>
        </UserObject>
        <UserObject label="request changes" mermaidId="e:VERDICT-&gt;RFIX#0" mermaidBaseStyle="curved=1;startArrow=none;endArrow=block;endSize=7;strokeColor=light-dark(#333333,#cccccc);html=1;fontSize=16;labelBackgroundColor=light-dark(#E8E8E88D,#2a2a2a8D);fontFamily=Trebuchet MS,Verdana,Arial,sans-serif;fontColor=light-dark(#333333,#cccccc);exitX=0.94;exitY=0.99;entryX=0.69;entryY=0;" mermaidBaseValue="request changes" id="41">
          <mxCell edge="1" parent="1" source="30" style="curved=1;startArrow=none;endArrow=block;endSize=7;strokeColor=light-dark(#333333,#cccccc);html=1;fontSize=16;labelBackgroundColor=light-dark(#E8E8E88D,#2a2a2a8D);fontFamily=Trebuchet MS,Verdana,Arial,sans-serif;fontColor=light-dark(#333333,#cccccc);exitX=0.94;exitY=0.99;entryX=0.69;entryY=0;" target="31">
            <mxGeometry relative="1" as="geometry">
              <Array as="points">
                <mxPoint x="1166" y="2965" />
                <mxPoint x="1166" y="3036" />
                <mxPoint x="1166" y="3107" />
              </Array>
            </mxGeometry>
          </mxCell>
        </UserObject>
        <UserObject label="" mermaidId="e:RFIX-&gt;REVIEW#0" mermaidBaseStyle="curved=1;startArrow=none;endArrow=block;endSize=7;strokeColor=light-dark(#333333,#cccccc);exitX=0.31;exitY=0;entryX=0.17;entryY=1;" mermaidBaseValue="" id="42">
          <mxCell edge="1" parent="1" source="31" style="curved=1;startArrow=none;endArrow=block;endSize=7;strokeColor=light-dark(#333333,#cccccc);exitX=0.31;exitY=0;entryX=0.17;entryY=1;" target="29">
            <mxGeometry relative="1" as="geometry">
              <Array as="points">
                <mxPoint x="785" y="3107" />
                <mxPoint x="785" y="3036" />
                <mxPoint x="785" y="2965" />
                <mxPoint x="785" y="2840" />
                <mxPoint x="785" y="2725" />
              </Array>
            </mxGeometry>
          </mxCell>
        </UserObject>
        <UserObject label="approve" mermaidId="e:VERDICT-&gt;VERIFY#0" mermaidBaseStyle="curved=1;startArrow=none;endArrow=block;endSize=7;strokeColor=light-dark(#333333,#cccccc);html=1;fontSize=16;labelBackgroundColor=light-dark(#E8E8E88D,#2a2a2a8D);fontFamily=Trebuchet MS,Verdana,Arial,sans-serif;fontColor=light-dark(#333333,#cccccc);exitX=0.06;exitY=0.99;entryX=0.5;entryY=0;" mermaidBaseValue="approve" id="43">
          <mxCell edge="1" parent="1" source="30" style="curved=1;startArrow=none;endArrow=block;endSize=7;strokeColor=light-dark(#333333,#cccccc);html=1;fontSize=16;labelBackgroundColor=light-dark(#E8E8E88D,#2a2a2a8D);fontFamily=Trebuchet MS,Verdana,Arial,sans-serif;fontColor=light-dark(#333333,#cccccc);exitX=0.06;exitY=0.99;entryX=0.5;entryY=0;" target="32">
            <mxGeometry relative="1" as="geometry">
              <Array as="points">
                <mxPoint x="947" y="2965" />
              </Array>
            </mxGeometry>
          </mxCell>
        </UserObject>
        <UserObject label="criterion unmet" mermaidId="e:VERIFY-&gt;RFIX#0" mermaidBaseStyle="curved=1;startArrow=none;endArrow=block;endSize=7;strokeColor=light-dark(#333333,#cccccc);html=1;fontSize=16;labelBackgroundColor=light-dark(#E8E8E88D,#2a2a2a8D);fontFamily=Trebuchet MS,Verdana,Arial,sans-serif;fontColor=light-dark(#333333,#cccccc);exitX=0.5;exitY=1;entryX=0.47;entryY=0;" mermaidBaseValue="criterion unmet" id="44">
          <mxCell edge="1" parent="1" source="32" style="curved=1;startArrow=none;endArrow=block;endSize=7;strokeColor=light-dark(#333333,#cccccc);html=1;fontSize=16;labelBackgroundColor=light-dark(#E8E8E88D,#2a2a2a8D);fontFamily=Trebuchet MS,Verdana,Arial,sans-serif;fontColor=light-dark(#333333,#cccccc);exitX=0.5;exitY=1;entryX=0.47;entryY=0;" target="31">
            <mxGeometry relative="1" as="geometry">
              <Array as="points">
                <mxPoint x="947" y="3107" />
              </Array>
            </mxGeometry>
          </mxCell>
        </UserObject>
        <UserObject label="all criteria met" mermaidId="e:VERIFY-&gt;GATE3#0" mermaidBaseStyle="curved=1;startArrow=none;endArrow=block;endSize=7;strokeColor=light-dark(#333333,#cccccc);html=1;fontSize=16;labelBackgroundColor=light-dark(#E8E8E88D,#2a2a2a8D);fontFamily=Trebuchet MS,Verdana,Arial,sans-serif;fontColor=light-dark(#333333,#cccccc);exitX=0;exitY=0.89;entryX=0.5;entryY=0;" mermaidBaseValue="all criteria met" id="45">
          <mxCell edge="1" parent="1" source="32" style="curved=1;startArrow=none;endArrow=block;endSize=7;strokeColor=light-dark(#333333,#cccccc);html=1;fontSize=16;labelBackgroundColor=light-dark(#E8E8E88D,#2a2a2a8D);fontFamily=Trebuchet MS,Verdana,Arial,sans-serif;fontColor=light-dark(#333333,#cccccc);exitX=0;exitY=0.89;entryX=0.5;entryY=0;" target="33">
            <mxGeometry relative="1" as="geometry">
              <Array as="points">
                <mxPoint x="624" y="3107" />
              </Array>
            </mxGeometry>
          </mxCell>
        </UserObject>
        <UserObject label="yes" mermaidId="e:GATE3-&gt;MERGE#0" mermaidBaseStyle="curved=1;startArrow=none;endArrow=block;endSize=7;strokeColor=light-dark(#333333,#cccccc);html=1;fontSize=16;labelBackgroundColor=light-dark(#E8E8E88D,#2a2a2a8D);fontFamily=Trebuchet MS,Verdana,Arial,sans-serif;fontColor=light-dark(#333333,#cccccc);exitX=0.5;exitY=1;entryX=0.63;entryY=0;" mermaidBaseValue="yes" id="46">
          <mxCell edge="1" parent="1" source="33" style="curved=1;startArrow=none;endArrow=block;endSize=7;strokeColor=light-dark(#333333,#cccccc);html=1;fontSize=16;labelBackgroundColor=light-dark(#E8E8E88D,#2a2a2a8D);fontFamily=Trebuchet MS,Verdana,Arial,sans-serif;fontColor=light-dark(#333333,#cccccc);exitX=0.5;exitY=1;entryX=0.63;entryY=0;" target="34">
            <mxGeometry relative="1" as="geometry">
              <Array as="points">
                <mxPoint x="624" y="3336" />
              </Array>
            </mxGeometry>
          </mxCell>
        </UserObject>
        <UserObject label="" mermaidId="e:MERGE-&gt;TRACKER#0" mermaidBaseStyle="curved=1;startArrow=none;endArrow=block;endSize=7;strokeColor=light-dark(#333333,#cccccc);exitX=0.39;exitY=0;entryX=0.35;entryY=1;" mermaidBaseValue="" id="47">
          <mxCell edge="1" parent="1" source="34" style="curved=1;startArrow=none;endArrow=block;endSize=7;strokeColor=light-dark(#333333,#cccccc);exitX=0.39;exitY=0;entryX=0.35;entryY=1;" target="28">
            <mxGeometry relative="1" as="geometry">
              <Array as="points">
                <mxPoint x="500" y="3336" />
                <mxPoint x="500" y="3221" />
                <mxPoint x="500" y="3107" />
                <mxPoint x="500" y="3036" />
                <mxPoint x="500" y="2965" />
                <mxPoint x="500" y="2840" />
                <mxPoint x="500" y="2725" />
                <mxPoint x="500" y="2653" />
                <mxPoint x="500" y="2582" />
                <mxPoint x="406" y="2557" />
                <mxPoint x="406" y="2495" />
                <mxPoint x="406" y="2424" />
                <mxPoint x="406" y="2330" />
                <mxPoint x="406" y="2245" />
                <mxPoint x="406" y="2193" />
                <mxPoint x="406" y="2141" />
                <mxPoint x="406" y="2069" />
                <mxPoint x="406" y="1998" />
                <mxPoint x="406" y="1946" />
                <mxPoint x="406" y="1894" />
                <mxPoint x="406" y="1832" />
                <mxPoint x="406" y="1771" />
                <mxPoint x="406" y="1746" />
              </Array>
            </mxGeometry>
          </mxCell>
        </UserObject>
        <UserObject label="" mermaidId="e:MERGE-&gt;RETRO#0" mermaidBaseStyle="curved=1;startArrow=none;endArrow=block;endSize=7;strokeColor=light-dark(#333333,#cccccc);exitX=0.5;exitY=1;entryX=0.5;entryY=0;" mermaidBaseValue="" id="48">
          <mxCell edge="1" parent="1" source="34" style="curved=1;startArrow=none;endArrow=block;endSize=7;strokeColor=light-dark(#333333,#cccccc);exitX=0.5;exitY=1;entryX=0.5;entryY=0;" target="19">
            <mxGeometry relative="1" as="geometry">
              <Array as="points" />
            </mxGeometry>
          </mxCell>
        </UserObject>
        <UserObject label="auto-loaded by every future session" mermaidId="e:PROMOTE-&gt;CLAIM#0" mermaidBaseStyle="curved=1;dashed=1;dashPattern=2 3;fixDash=1;startArrow=none;endArrow=block;endSize=7;strokeColor=light-dark(#333333,#cccccc);html=1;fontSize=16;labelBackgroundColor=light-dark(#E8E8E88D,#2a2a2a8D);fontFamily=Trebuchet MS,Verdana,Arial,sans-serif;fontColor=light-dark(#333333,#cccccc);exitX=0.26;exitY=0;entryX=0.17;entryY=1;" mermaidBaseValue="auto-loaded by every future session" id="49">
          <mxCell edge="1" parent="1" source="20" style="curved=1;dashed=1;dashPattern=2 3;fixDash=1;startArrow=none;endArrow=block;endSize=7;strokeColor=light-dark(#333333,#cccccc);html=1;fontSize=16;labelBackgroundColor=light-dark(#E8E8E88D,#2a2a2a8D);fontFamily=Trebuchet MS,Verdana,Arial,sans-serif;fontColor=light-dark(#333333,#cccccc);exitX=0.26;exitY=0;entryX=0.17;entryY=1;" target="11">
            <mxGeometry relative="1" as="geometry">
              <Array as="points">
                <mxPoint x="325" y="3636" />
                <mxPoint x="325" y="3565" />
                <mxPoint x="325" y="3493" />
                <mxPoint x="325" y="3468" />
                <mxPoint x="325" y="3407" />
                <mxPoint x="325" y="3336" />
                <mxPoint x="325" y="3221" />
                <mxPoint x="325" y="3107" />
                <mxPoint x="325" y="3036" />
                <mxPoint x="325" y="2965" />
                <mxPoint x="325" y="2840" />
                <mxPoint x="325" y="2725" />
                <mxPoint x="325" y="2653" />
                <mxPoint x="325" y="2582" />
                <mxPoint x="515" y="2557" />
                <mxPoint x="515" y="2495" />
                <mxPoint x="515" y="2424" />
                <mxPoint x="515" y="2330" />
                <mxPoint x="515" y="2245" />
                <mxPoint x="515" y="2193" />
                <mxPoint x="515" y="2141" />
                <mxPoint x="515" y="2069" />
                <mxPoint x="515" y="1998" />
                <mxPoint x="515" y="1946" />
                <mxPoint x="515" y="1894" />
              </Array>
            </mxGeometry>
          </mxCell>
        </UserObject>
        <UserObject label="spec impact" mermaidId="e:TRIAGE-&gt;ARCH#0" mermaidBaseStyle="curved=1;startArrow=none;endArrow=block;endSize=7;strokeColor=light-dark(#333333,#cccccc);html=1;fontSize=16;labelBackgroundColor=light-dark(#E8E8E88D,#2a2a2a8D);fontFamily=Trebuchet MS,Verdana,Arial,sans-serif;fontColor=light-dark(#333333,#cccccc);exitX=0.5;exitY=1;entryX=0.69;entryY=0;" mermaidBaseValue="spec impact" id="50">
          <mxCell edge="1" parent="1" source="23" style="curved=1;startArrow=none;endArrow=block;endSize=7;strokeColor=light-dark(#333333,#cccccc);html=1;fontSize=16;labelBackgroundColor=light-dark(#E8E8E88D,#2a2a2a8D);fontFamily=Trebuchet MS,Verdana,Arial,sans-serif;fontColor=light-dark(#333333,#cccccc);exitX=0.5;exitY=1;entryX=0.69;entryY=0;" target="7">
            <mxGeometry relative="1" as="geometry">
              <Array as="points">
                <mxPoint x="707" y="407" />
                <mxPoint x="707" y="478" />
                <mxPoint x="707" y="539" />
                <mxPoint x="1474" y="564" />
                <mxPoint x="1474" y="626" />
                <mxPoint x="1474" y="687" />
                <mxPoint x="1474" y="804" />
                <mxPoint x="1474" y="931" />
              </Array>
            </mxGeometry>
          </mxCell>
        </UserObject>
        <UserObject label="goal impact" mermaidId="e:TRIAGE-&gt;DISCOVER#0" mermaidBaseStyle="curved=1;startArrow=none;endArrow=block;endSize=7;strokeColor=light-dark(#333333,#cccccc);html=1;fontSize=16;labelBackgroundColor=light-dark(#E8E8E88D,#2a2a2a8D);fontFamily=Trebuchet MS,Verdana,Arial,sans-serif;fontColor=light-dark(#333333,#cccccc);exitX=0.76;exitY=1;entryX=0;entryY=0.12;" mermaidBaseValue="goal impact" id="51">
          <mxCell edge="1" parent="1" source="23" style="curved=1;startArrow=none;endArrow=block;endSize=7;strokeColor=light-dark(#333333,#cccccc);html=1;fontSize=16;labelBackgroundColor=light-dark(#E8E8E88D,#2a2a2a8D);fontFamily=Trebuchet MS,Verdana,Arial,sans-serif;fontColor=light-dark(#333333,#cccccc);exitX=0.76;exitY=1;entryX=0;entryY=0.12;" target="4">
            <mxGeometry relative="1" as="geometry">
              <Array as="points">
                <mxPoint x="769" y="407" />
              </Array>
            </mxGeometry>
          </mxCell>
        </UserObject>
        <UserObject label="" mermaidId="e:UPDATE-&gt;TRACKER#0" mermaidBaseStyle="curved=1;startArrow=none;endArrow=block;endSize=7;strokeColor=light-dark(#333333,#cccccc);exitX=0.5;exitY=1;entryX=0.55;entryY=0;" mermaidBaseValue="" id="52">
          <mxCell edge="1" parent="1" source="24" style="curved=1;startArrow=none;endArrow=block;endSize=7;strokeColor=light-dark(#333333,#cccccc);exitX=0.5;exitY=1;entryX=0.55;entryY=0;" target="28">
            <mxGeometry relative="1" as="geometry">
              <Array as="points">
                <mxPoint x="525" y="539" />
                <mxPoint x="525" y="564" />
                <mxPoint x="525" y="626" />
                <mxPoint x="525" y="687" />
                <mxPoint x="525" y="804" />
                <mxPoint x="525" y="931" />
                <mxPoint x="525" y="1002" />
                <mxPoint x="525" y="1063" />
                <mxPoint x="525" y="1115" />
                <mxPoint x="525" y="1167" />
                <mxPoint x="525" y="1287" />
                <mxPoint x="525" y="1408" />
                <mxPoint x="525" y="1442" />
                <mxPoint x="525" y="1523" />
                <mxPoint x="525" y="1595" />
              </Array>
            </mxGeometry>
          </mxCell>
        </UserObject>
        <UserObject label="" mermaidId="e:WONTDO-&gt;TRACKER#0" mermaidBaseStyle="curved=1;startArrow=none;endArrow=block;endSize=7;strokeColor=light-dark(#333333,#cccccc);exitX=0.5;exitY=1;entryX=0;entryY=0.02;" mermaidBaseValue="" id="53">
          <mxCell edge="1" parent="1" source="25" style="curved=1;startArrow=none;endArrow=block;endSize=7;strokeColor=light-dark(#333333,#cccccc);exitX=0.5;exitY=1;entryX=0;entryY=0.02;" target="28">
            <mxGeometry relative="1" as="geometry">
              <Array as="points">
                <mxPoint x="185" y="539" />
                <mxPoint x="185" y="564" />
                <mxPoint x="185" y="626" />
                <mxPoint x="185" y="687" />
                <mxPoint x="185" y="804" />
                <mxPoint x="185" y="931" />
                <mxPoint x="185" y="1002" />
                <mxPoint x="185" y="1063" />
                <mxPoint x="185" y="1115" />
                <mxPoint x="185" y="1167" />
                <mxPoint x="185" y="1287" />
                <mxPoint x="185" y="1408" />
                <mxPoint x="185" y="1442" />
                <mxPoint x="185" y="1523" />
                <mxPoint x="185" y="1595" />
              </Array>
            </mxGeometry>
          </mxCell>
        </UserObject>
      </root>
    </mxGraphModel>
  </diagram>
</mxfile>
